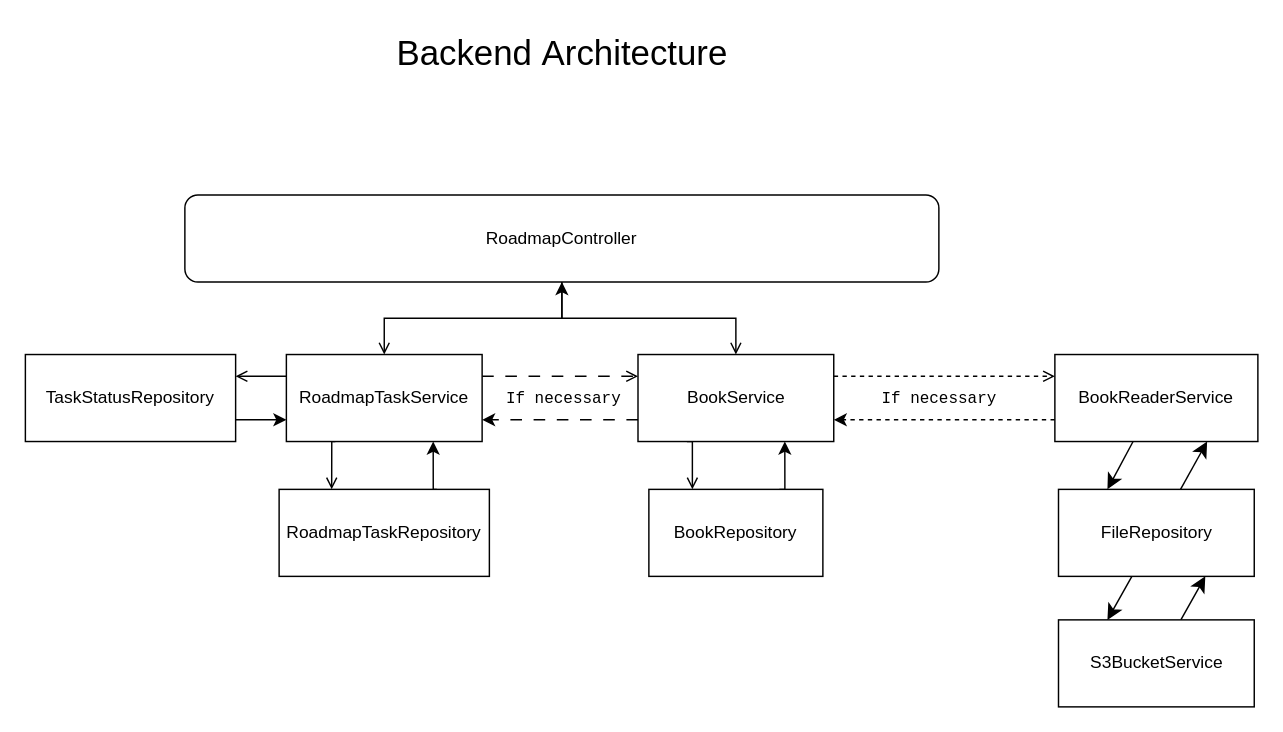
MelancholicSt/my-diagrams keeps this draw.io diagram as page "Страница — 1" (1 of 2) of MyBookRoadmapApp.drawio. Above is the earlier version. Source tidied: cells renumbered, new cells numbered last; positions are measured from the earlier drawing's top-left corner, leaving out a move shared by most shapes. Both pictures are drawn from the tidied source at 145%, with x=0, y=0 at pixel (25, 25).
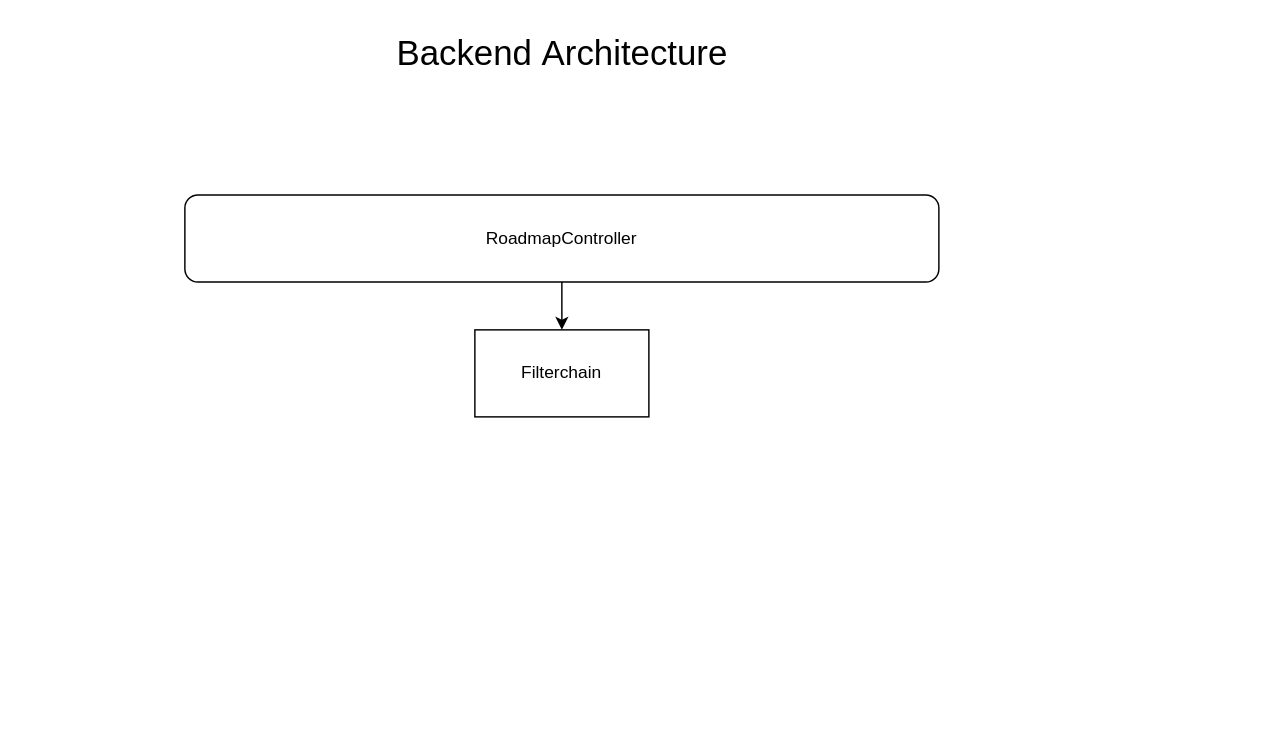
The same diagram, later.

Unchanged cells that the change refers to:
```xml
<mxCell id="4" value="RoadmapController" style="rounded=1;whiteSpace=wrap;html=1;" parent="1" vertex="1">
  <mxGeometry x="110" y="117" width="520" height="60" as="geometry" />
</mxCell>
```

Diff of the diagram source:
```diff
@@
-    <mxCell id="2" style="edgeStyle=orthogonalEdgeStyle;rounded=0;jettySize=auto;html=1;endArrow=open;endFill=0;" parent="1" edge="1" source="4" target="10">
-      <mxGeometry relative="1" as="geometry" />
-    </mxCell>
-    <mxCell id="3" style="edgeStyle=orthogonalEdgeStyle;rounded=0;jettySize=auto;html=1;startArrow=classic;startFill=1;endArrow=open;endFill=0;" parent="1" edge="1" source="4" target="24">
-      <mxGeometry relative="1" as="geometry" />
-    </mxCell>
+    <mxCell id="30" style="edgeStyle=orthogonalEdgeStyle;rounded=0;jettySize=auto;html=1;" parent="1" edge="1" source="4" target="31">
+      <mxGeometry relative="1" as="geometry" />
+    </mxCell>
@@
-    <mxCell id="6" style="edgeStyle=orthogonalEdgeStyle;rounded=0;jettySize=auto;html=1;entryX=1;entryY=0.25;entryDx=0;entryDy=0;exitX=0;exitY=0.25;exitDx=0;exitDy=0;endArrow=open;endFill=0;" parent="1" edge="1" source="10" target="26">
-      <mxGeometry relative="1" as="geometry" />
-    </mxCell>
-    <mxCell id="7" style="edgeStyle=orthogonalEdgeStyle;rounded=0;jettySize=auto;html=1;dashed=1;dashPattern=8 8;endArrow=open;endFill=0;exitX=1;exitY=0.25;exitDx=0;exitDy=0;entryX=0;entryY=0.25;entryDx=0;entryDy=0;" parent="1" edge="1" source="10" target="24">
-      <mxGeometry relative="1" as="geometry" />
-    </mxCell>
-    <mxCell id="8" value="If necessary" style="edgeLabel;html=1;align=center;verticalAlign=middle;fontStyle=0;fontFamily=Courier New;" parent="7" vertex="1">
-      <mxGeometry x="-0.1" y="2" relative="1" as="geometry">
-        <mxPoint x="7" y="17" as="offset" />
-      </mxGeometry>
-    </mxCell>
-    <mxCell id="9" style="edgeStyle=orthogonalEdgeStyle;rounded=0;jettySize=auto;html=1;entryX=0.25;entryY=0;entryDx=0;entryDy=0;exitX=0.25;exitY=1;exitDx=0;exitDy=0;endArrow=open;endFill=0;" parent="1" edge="1" source="10" target="17">
-      <mxGeometry relative="1" as="geometry" />
-    </mxCell>
-    <mxCell id="10" value="RoadmapTaskService" style="rounded=0;whiteSpace=wrap;html=1;" parent="1" vertex="1">
-      <mxGeometry x="180" y="227" width="135" height="60" as="geometry" />
-    </mxCell>
-    <mxCell id="11" style="edgeStyle=orthogonalEdgeStyle;rounded=0;jettySize=auto;html=1;entryX=1;entryY=0.75;entryDx=0;entryDy=0;exitX=0;exitY=0.75;exitDx=0;exitDy=0;dashed=1;" parent="1" edge="1" source="13" target="24">
-      <mxGeometry relative="1" as="geometry" />
-    </mxCell>
-    <mxCell id="12" style="edgeStyle=none;curved=1;rounded=0;jettySize=auto;html=1;entryX=0.25;entryY=0;entryDx=0;entryDy=0;fontSize=12;startSize=8;endSize=8;" parent="1" edge="1" source="13" target="29">
-      <mxGeometry relative="1" as="geometry" />
-    </mxCell>
-    <mxCell id="13" value="BookReaderService" style="rounded=0;whiteSpace=wrap;html=1;" parent="1" vertex="1">
-      <mxGeometry x="710" y="227" width="140" height="60" as="geometry" />
-    </mxCell>
-    <mxCell id="14" style="edgeStyle=none;curved=1;rounded=0;jettySize=auto;html=1;entryX=0.75;entryY=1;entryDx=0;entryDy=0;fontSize=12;startSize=8;endSize=8;" parent="1" edge="1" source="15" target="29">
-      <mxGeometry relative="1" as="geometry" />
-    </mxCell>
-    <mxCell id="15" value="S3BucketService" style="rounded=0;whiteSpace=wrap;html=1;" parent="1" vertex="1">
-      <mxGeometry x="712.5" y="410" width="135" height="60" as="geometry" />
-    </mxCell>
-    <mxCell id="16" style="edgeStyle=orthogonalEdgeStyle;rounded=0;jettySize=auto;html=1;entryX=0.75;entryY=1;entryDx=0;entryDy=0;exitX=0.75;exitY=0;exitDx=0;exitDy=0;" parent="1" edge="1" source="17" target="10">
-      <mxGeometry relative="1" as="geometry" />
-    </mxCell>
-    <mxCell id="17" value="RoadmapTaskRepository" style="rounded=0;whiteSpace=wrap;html=1;" parent="1" vertex="1">
-      <mxGeometry x="175" y="320" width="145" height="60" as="geometry" />
-    </mxCell>
-    <mxCell id="18" style="edgeStyle=orthogonalEdgeStyle;rounded=0;jettySize=auto;html=1;entryX=0.75;entryY=1;entryDx=0;entryDy=0;exitX=0.75;exitY=0;exitDx=0;exitDy=0;" parent="1" edge="1" source="19" target="24">
-      <mxGeometry relative="1" as="geometry" />
-    </mxCell>
-    <mxCell id="19" value="BookRepository" style="rounded=0;whiteSpace=wrap;html=1;" parent="1" vertex="1">
-      <mxGeometry x="430" y="320" width="120" height="60" as="geometry" />
-    </mxCell>
-    <mxCell id="20" style="edgeStyle=orthogonalEdgeStyle;rounded=0;jettySize=auto;html=1;entryX=0.25;entryY=0;entryDx=0;entryDy=0;exitX=0.25;exitY=1;exitDx=0;exitDy=0;endArrow=open;endFill=0;" parent="1" edge="1" source="24" target="19">
-      <mxGeometry relative="1" as="geometry" />
-    </mxCell>
-    <mxCell id="21" style="edgeStyle=orthogonalEdgeStyle;rounded=0;jettySize=auto;html=1;entryX=1;entryY=0.75;entryDx=0;entryDy=0;exitX=0;exitY=0.75;exitDx=0;exitDy=0;dashed=1;dashPattern=8 8;" parent="1" edge="1" source="24" target="10">
-      <mxGeometry relative="1" as="geometry" />
-    </mxCell>
-    <mxCell id="22" style="edgeStyle=orthogonalEdgeStyle;rounded=0;jettySize=auto;html=1;entryX=0;entryY=0.25;entryDx=0;entryDy=0;exitX=1;exitY=0.25;exitDx=0;exitDy=0;dashed=1;endArrow=open;endFill=0;" parent="1" edge="1" source="24" target="13">
-      <mxGeometry relative="1" as="geometry" />
-    </mxCell>
-    <mxCell id="23" value="If necessary" style="edgeLabel;html=1;align=center;verticalAlign=middle;fontFamily=Courier New;" parent="22" vertex="1">
-      <mxGeometry x="-0.34" y="3" relative="1" as="geometry">
-        <mxPoint x="22" y="18" as="offset" />
-      </mxGeometry>
-    </mxCell>
-    <mxCell id="24" value="BookService" style="rounded=0;whiteSpace=wrap;html=1;" parent="1" vertex="1">
-      <mxGeometry x="422.5" y="227" width="135" height="60" as="geometry" />
-    </mxCell>
-    <mxCell id="25" style="edgeStyle=orthogonalEdgeStyle;rounded=0;jettySize=auto;html=1;entryX=0;entryY=0.75;entryDx=0;entryDy=0;exitX=1;exitY=0.75;exitDx=0;exitDy=0;" parent="1" edge="1" source="26" target="10">
-      <mxGeometry relative="1" as="geometry" />
-    </mxCell>
-    <mxCell id="26" value="TaskStatusRepository" style="rounded=0;whiteSpace=wrap;html=1;" parent="1" vertex="1">
-      <mxGeometry y="227" width="145" height="60" as="geometry" />
-    </mxCell>
-    <mxCell id="27" style="edgeStyle=none;curved=1;rounded=0;jettySize=auto;html=1;entryX=0.75;entryY=1;entryDx=0;entryDy=0;fontSize=12;startSize=8;endSize=8;" parent="1" edge="1" source="29" target="13">
-      <mxGeometry relative="1" as="geometry" />
-    </mxCell>
-    <mxCell id="28" style="edgeStyle=none;curved=1;rounded=0;jettySize=auto;html=1;entryX=0.25;entryY=0;entryDx=0;entryDy=0;fontSize=12;startSize=8;endSize=8;" parent="1" edge="1" source="29" target="15">
-      <mxGeometry relative="1" as="geometry" />
-    </mxCell>
-    <mxCell id="29" value="FileRepository" style="rounded=0;whiteSpace=wrap;html=1;" parent="1" vertex="1">
-      <mxGeometry x="712.5" y="320" width="135" height="60" as="geometry" />
-    </mxCell>
+    <mxCell id="31" value="Filterchain" style="whiteSpace=wrap;html=1;" parent="1" vertex="1">
+      <mxGeometry x="310" y="210" width="120" height="60" as="geometry" />
+    </mxCell>
```
